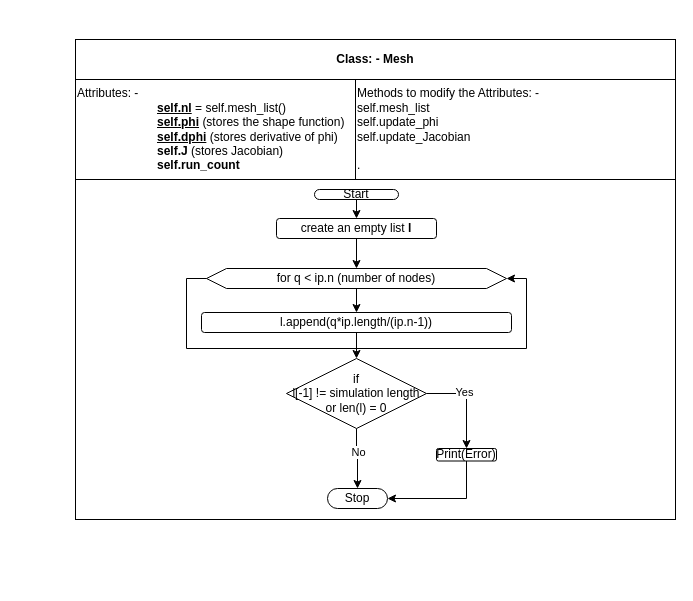
Above: Mesh.drawio in okolekar/PPP (draw.io), before the change. Source tidied: cells renumbered, new cells numbered last; positions are measured from the earlier drawing's top-left corner, leaving out a move shared by most shapes. Both pictures are drawn from the tidied source at 100%, with x=0, y=0 at pixel (75, 39).
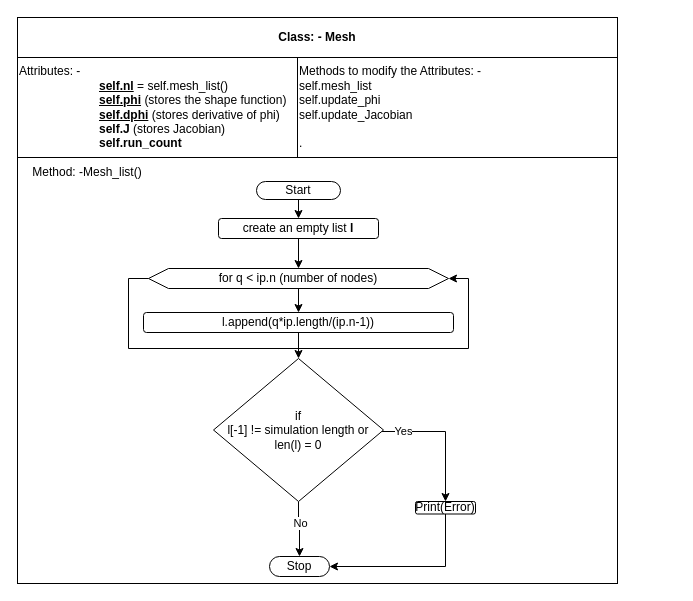
The same diagram, later.

What changed in the source:
```diff
@@
     <mxCell id="2" value="&lt;b&gt;Class: - Mesh&lt;/b&gt;" style="rounded=0;whiteSpace=wrap;html=1;" parent="1" vertex="1">
-      <mxGeometry width="600" height="40" as="geometry" />
+      <mxGeometry x="-58" y="-22" width="600" height="40" as="geometry" />
     </mxCell>
     <mxCell id="3" value="&lt;div style=&quot;&quot;&gt;Attributes: -&amp;nbsp;&lt;/div&gt;&lt;div style=&quot;&quot;&gt;&lt;span style=&quot;background-color: initial;&quot;&gt;&amp;nbsp;&lt;span style=&quot;white-space: pre;&quot;&gt;&#9;&lt;/span&gt;&lt;span style=&quot;white-space: pre;&quot;&gt;&#9;&lt;/span&gt;&lt;span style=&quot;white-space: pre;&quot;&gt;&#9;&lt;/span&gt;&lt;b&gt;&lt;u&gt;self.nl&lt;/u&gt;&lt;/b&gt; = self.mesh_list()&lt;/span&gt;&lt;/div&gt;&lt;div style=&quot;&quot;&gt;&lt;span style=&quot;background-color: initial;&quot;&gt;&lt;span style=&quot;white-space: pre;&quot;&gt;&#9;&lt;/span&gt;&lt;span style=&quot;white-space: pre;&quot;&gt;&#9;&lt;/span&gt;&lt;span style=&quot;white-space: pre;&quot;&gt;&#9;&lt;/span&gt;&lt;b&gt;&lt;u&gt;self.phi&lt;/u&gt; &lt;/b&gt;(stores the shape function)&lt;br&gt;&lt;/span&gt;&lt;/div&gt;&lt;div style=&quot;&quot;&gt;&lt;span style=&quot;background-color: initial;&quot;&gt;&lt;span style=&quot;white-space: pre;&quot;&gt;&#9;&lt;/span&gt;&lt;span style=&quot;white-space: pre;&quot;&gt;&#9;&lt;/span&gt;&lt;span style=&quot;white-space: pre;&quot;&gt;&#9;&lt;/span&gt;&lt;b&gt;&lt;u&gt;self.dphi&lt;/u&gt;&lt;/b&gt; (stores derivative of phi)&lt;br&gt;&lt;/span&gt;&lt;/div&gt;&lt;div style=&quot;&quot;&gt;&lt;span style=&quot;background-color: initial;&quot;&gt;&lt;span style=&quot;white-space: pre;&quot;&gt;&#9;&lt;/span&gt;&lt;span style=&quot;white-space: pre;&quot;&gt;&#9;&lt;/span&gt;&lt;span style=&quot;white-space: pre;&quot;&gt;&#9;&lt;/span&gt;&lt;b&gt;self.J&lt;/b&gt; (stores Jacobian)&lt;br&gt;&lt;/span&gt;&lt;/div&gt;&lt;div style=&quot;&quot;&gt;&lt;span style=&quot;background-color: initial;&quot;&gt;&lt;span style=&quot;white-space: pre;&quot;&gt;&#9;&lt;/span&gt;&lt;span style=&quot;white-space: pre;&quot;&gt;&#9;&lt;/span&gt;&lt;span style=&quot;white-space: pre;&quot;&gt;&#9;&lt;/span&gt;&lt;b&gt;self.run_count&lt;/b&gt;&amp;nbsp;&lt;br&gt;&lt;/span&gt;&lt;/div&gt;" style="rounded=0;whiteSpace=wrap;html=1;align=left;" parent="1" vertex="1">
-      <mxGeometry y="40" width="280" height="100" as="geometry" />
+      <mxGeometry x="-58" y="18" width="280" height="100" as="geometry" />
     </mxCell>
     <mxCell id="4" value="Methods to modify the Attributes: -&lt;br&gt;self.mesh_list&lt;br&gt;self.update_phi&lt;br&gt;self.update_Jacobian&lt;br&gt;&lt;br&gt;." style="rounded=0;whiteSpace=wrap;html=1;align=left;" parent="1" vertex="1">
-      <mxGeometry x="280" y="40" width="320" height="100" as="geometry" />
+      <mxGeometry x="222" y="18" width="320" height="100" as="geometry" />
     </mxCell>
     <mxCell id="5" style="rounded=0;whiteSpace=wrap;html=1;" parent="1" vertex="1">
-      <mxGeometry y="140" width="600" height="340" as="geometry" />
+      <mxGeometry x="-58" y="118" width="600" height="426" as="geometry" />
     </mxCell>
@@
     <mxCell id="7" value="Start" style="rounded=1;whiteSpace=wrap;html=1;fontSize=12;glass=0;strokeWidth=1;shadow=0;arcSize=50;" parent="1" vertex="1">
-      <mxGeometry x="239" y="150" width="84" height="10" as="geometry" />
+      <mxGeometry x="181" y="142" width="84" height="18" as="geometry" />
     </mxCell>
     <mxCell id="8" value="Stop" style="rounded=1;whiteSpace=wrap;html=1;fontSize=12;glass=0;strokeWidth=1;shadow=0;arcSize=50;" parent="1" vertex="1">
-      <mxGeometry x="252" y="449" width="60" height="20" as="geometry" />
+      <mxGeometry x="194" y="517" width="60" height="20" as="geometry" />
     </mxCell>
@@
     <mxCell id="10" value="create an empty list &lt;b&gt;l&lt;/b&gt;" style="rounded=1;whiteSpace=wrap;html=1;" parent="1" vertex="1">
-      <mxGeometry x="201" y="179" width="160" height="20" as="geometry" />
+      <mxGeometry x="143" y="179" width="160" height="20" as="geometry" />
     </mxCell>
@@
     <mxCell id="12" value="for q &amp;lt; ip.n (number of nodes)" style="shape=hexagon;perimeter=hexagonPerimeter2;whiteSpace=wrap;html=1;fixedSize=1;" parent="1" vertex="1">
-      <mxGeometry x="131" y="229" width="300" height="20" as="geometry" />
+      <mxGeometry x="73" y="229" width="300" height="20" as="geometry" />
     </mxCell>
@@
     <mxCell id="14" value="l.append(q*ip.length/(ip.n-1))" style="rounded=1;whiteSpace=wrap;html=1;" parent="1" vertex="1">
-      <mxGeometry x="126" y="273" width="310" height="20" as="geometry" />
+      <mxGeometry x="68" y="273" width="310" height="20" as="geometry" />
     </mxCell>
+    <mxCell id="17" style="edgeStyle=orthogonalEdgeStyle;rounded=0;jettySize=auto;html=1;exitX=0.5;exitY=1;exitDx=0;exitDy=0;entryX=0.5;entryY=0;entryDx=0;entryDy=0;" parent="1" edge="1" source="19" target="8">
+      <mxGeometry relative="1" as="geometry" />
+    </mxCell>
+    <mxCell id="18" value="No" style="edgeLabel;html=1;align=center;verticalAlign=middle;" parent="17" vertex="1">
+      <mxGeometry x="-0.25" y="1" relative="1" as="geometry" />
+    </mxCell>
-    <mxCell id="15" style="edgeStyle=orthogonalEdgeStyle;rounded=0;jettySize=auto;html=1;" parent="1" edge="1" source="19" target="21">
-      <mxGeometry relative="1" as="geometry" />
+    <mxCell id="15" style="edgeStyle=orthogonalEdgeStyle;rounded=0;jettySize=auto;html=1;entryX=0.5;entryY=0;entryDx=0;entryDy=0;" parent="1" edge="1" source="19" target="21">
+      <mxGeometry relative="1" as="geometry">
+        <Array as="points">
+          <mxPoint x="370" y="392" />
+        </Array>
+      </mxGeometry>
     </mxCell>
     <mxCell id="16" value="Yes" style="edgeLabel;html=1;align=center;verticalAlign=middle;" parent="15" vertex="1">
-      <mxGeometry x="-0.23" y="2" relative="1" as="geometry" />
+      <mxGeometry x="-0.69" y="1" relative="1" as="geometry" />
     </mxCell>
-    <mxCell id="17" style="edgeStyle=orthogonalEdgeStyle;rounded=0;jettySize=auto;html=1;exitX=0.5;exitY=1;exitDx=0;exitDy=0;entryX=0.5;entryY=0;entryDx=0;entryDy=0;" parent="1" edge="1" source="19" target="8">
-      <mxGeometry relative="1" as="geometry" />
-    </mxCell>
-    <mxCell id="18" value="No" style="edgeLabel;html=1;align=center;verticalAlign=middle;" parent="17" vertex="1">
-      <mxGeometry x="-0.25" y="1" relative="1" as="geometry" />
-    </mxCell>
     <mxCell id="19" value="if &lt;br&gt;l[-1] != simulation length or len(l) = 0" style="rhombus;whiteSpace=wrap;html=1;" parent="1" vertex="1">
-      <mxGeometry x="211" y="319" width="140" height="70" as="geometry" />
+      <mxGeometry x="138" y="319" width="170" height="143" as="geometry" />
     </mxCell>
@@
     <mxCell id="21" value="Print(Error)" style="rounded=1;whiteSpace=wrap;html=1;" parent="1" vertex="1">
-      <mxGeometry x="361" y="409" width="60" height="12.5" as="geometry" />
+      <mxGeometry x="340" y="462" width="60" height="12.5" as="geometry" />
     </mxCell>
     <mxCell id="22" style="edgeStyle=orthogonalEdgeStyle;rounded=0;orthogonalLoop=1;jettySize=auto;html=1;exitX=0;exitY=0.5;exitDx=0;exitDy=0;entryX=1;entryY=0.5;entryDx=0;entryDy=0;" parent="1" edge="1" source="12" target="12">
       <mxGeometry relative="1" as="geometry">
         <Array as="points">
-          <mxPoint x="111" y="239" />
-          <mxPoint x="111" y="309" />
-          <mxPoint x="451" y="309" />
-          <mxPoint x="451" y="239" />
+          <mxPoint x="53" y="239" />
+          <mxPoint x="53" y="309" />
+          <mxPoint x="393" y="309" />
+          <mxPoint x="393" y="239" />
         </Array>
       </mxGeometry>
     </mxCell>
+    <mxCell id="23" value="Method: -Mesh_list()" style="text;html=1;strokeColor=none;fillColor=none;align=center;verticalAlign=middle;whiteSpace=wrap;rounded=0;" parent="1" vertex="1">
+      <mxGeometry x="-58" y="118" width="140" height="30" as="geometry" />
+    </mxCell>
```
